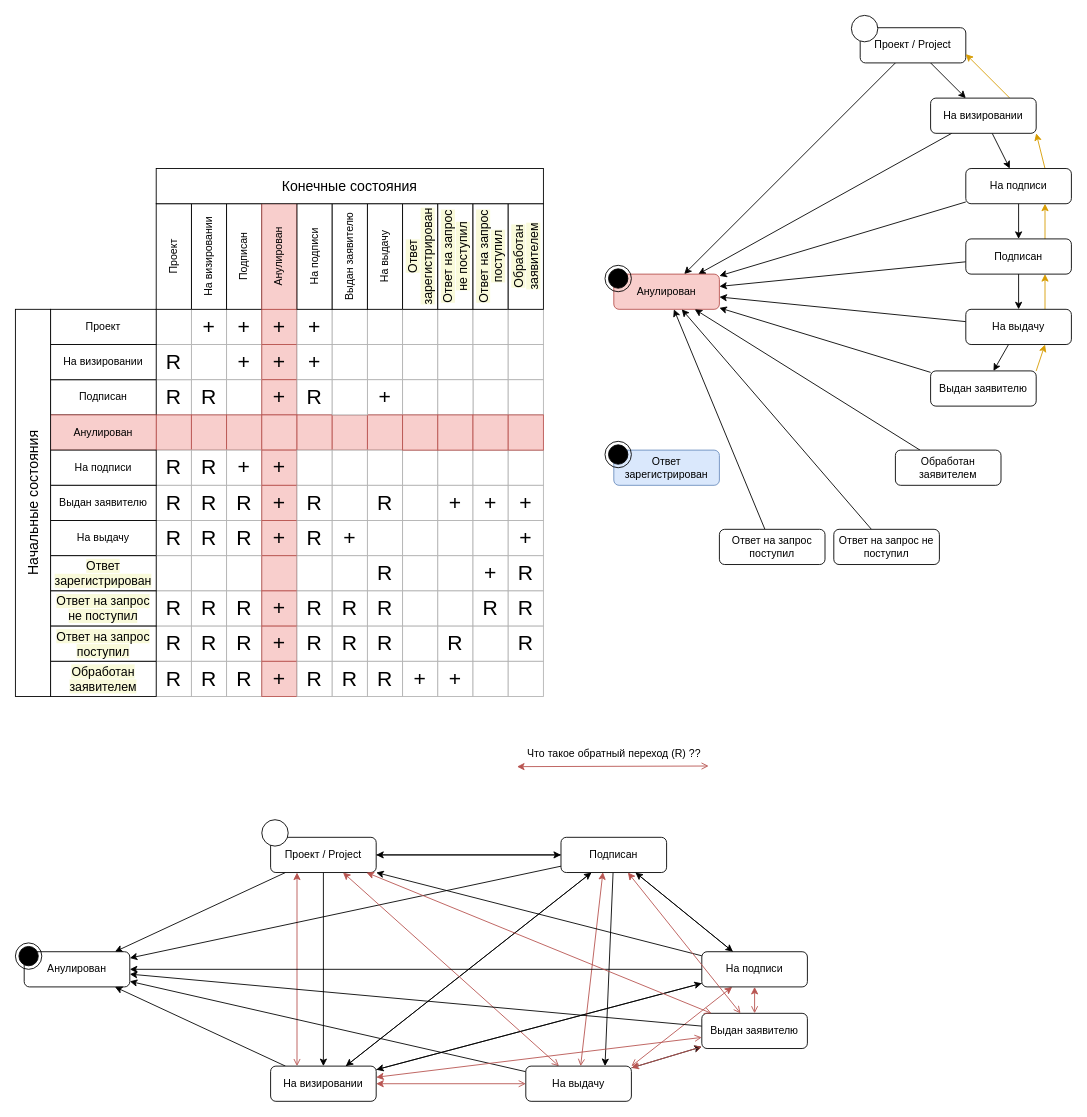
Earlier version of the draw.io diagram Domain/Requests/InternalState.StateMachine.drawio (davyd0ff/so-line-grls). Source tidied: cells renumbered, new cells numbered last; positions are measured from the earlier drawing's top-left corner, leaving out a move shared by most shapes. Both pictures are drawn from the tidied source at 88%, with x=0, y=0 at pixel (15, 15).
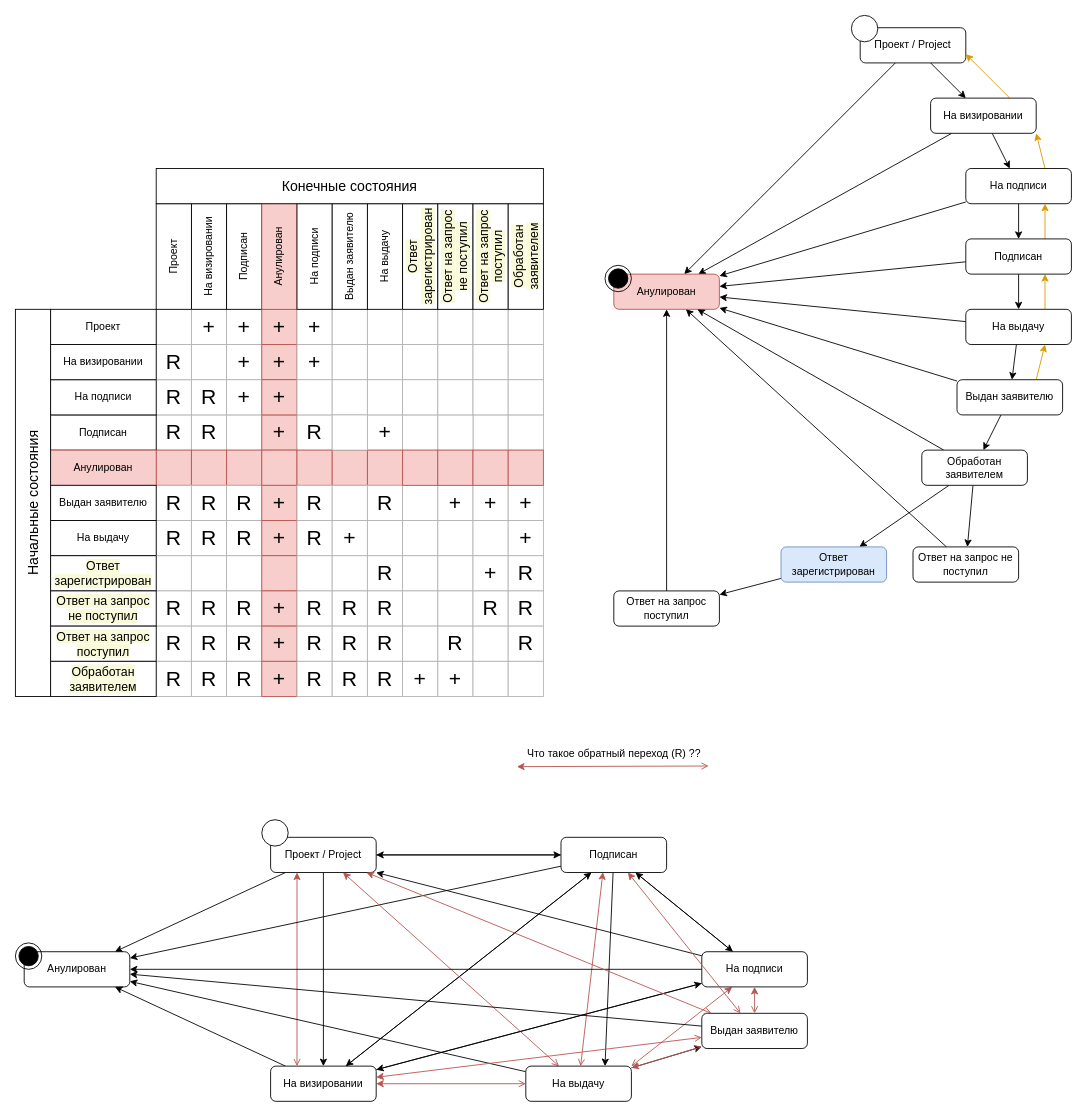
The same diagram, later.

The change refers to these unchanged cells:
```xml
<mxCell id="209" value="На выдачу" style="rounded=1;whiteSpace=wrap;html=1;" parent="1" vertex="1">
  <mxGeometry x="1080" y="334" width="120" height="40" as="geometry" />
</mxCell>
```

What changed in the source:
```diff
@@
     <mxCell id="54" value="R" style="rounded=0;whiteSpace=wrap;html=1;strokeColor=#B3B3B3;fontSize=24;" parent="1" vertex="1">
-      <mxGeometry x="160" y="414" width="40" height="40" as="geometry" />
+      <mxGeometry x="160" y="454" width="40" height="40" as="geometry" />
     </mxCell>
     <mxCell id="55" value="R" style="rounded=0;whiteSpace=wrap;html=1;strokeColor=#B3B3B3;fontSize=24;" parent="1" vertex="1">
-      <mxGeometry x="200" y="414" width="40" height="40" as="geometry" />
+      <mxGeometry x="200" y="454" width="40" height="40" as="geometry" />
     </mxCell>
     <mxCell id="56" style="rounded=0;whiteSpace=wrap;html=1;strokeColor=#B3B3B3;fontSize=24;" parent="1" vertex="1">
-      <mxGeometry x="240" y="414" width="40" height="40" as="geometry" />
+      <mxGeometry x="240" y="454" width="40" height="40" as="geometry" />
     </mxCell>
     <mxCell id="57" value="+" style="rounded=0;whiteSpace=wrap;html=1;strokeColor=#b85450;fontSize=24;fillColor=#f8cecc;" parent="1" vertex="1">
-      <mxGeometry x="280" y="414" width="40" height="40" as="geometry" />
+      <mxGeometry x="280" y="454" width="40" height="40" as="geometry" />
     </mxCell>
     <mxCell id="58" value="R" style="rounded=0;whiteSpace=wrap;html=1;strokeColor=#B3B3B3;fontSize=24;" parent="1" vertex="1">
-      <mxGeometry x="320" y="414" width="40" height="40" as="geometry" />
+      <mxGeometry x="320" y="454" width="40" height="40" as="geometry" />
     </mxCell>
     <mxCell id="59" value="+" style="rounded=0;whiteSpace=wrap;html=1;strokeColor=#B3B3B3;fontSize=24;" parent="1" vertex="1">
-      <mxGeometry x="400" y="414" width="40" height="40" as="geometry" />
+      <mxGeometry x="400" y="454" width="40" height="40" as="geometry" />
     </mxCell>
     <mxCell id="60" style="rounded=0;whiteSpace=wrap;html=1;strokeColor=#b85450;fontSize=24;fillColor=#f8cecc;" parent="1" vertex="1">
-      <mxGeometry x="160" y="454" width="40" height="40" as="geometry" />
+      <mxGeometry x="160" y="494" width="40" height="40" as="geometry" />
     </mxCell>
     <mxCell id="61" style="rounded=0;whiteSpace=wrap;html=1;strokeColor=#b85450;fontSize=24;fillColor=#f8cecc;" parent="1" vertex="1">
-      <mxGeometry x="200" y="454" width="40" height="40" as="geometry" />
+      <mxGeometry x="200" y="494" width="40" height="40" as="geometry" />
     </mxCell>
     <mxCell id="62" style="rounded=0;whiteSpace=wrap;html=1;strokeColor=#b85450;fontSize=24;fillColor=#f8cecc;" parent="1" vertex="1">
-      <mxGeometry x="240" y="454" width="40" height="40" as="geometry" />
+      <mxGeometry x="240" y="494" width="40" height="40" as="geometry" />
     </mxCell>
     <mxCell id="63" style="rounded=0;whiteSpace=wrap;html=1;strokeColor=#b85450;fontSize=24;fillColor=#f8cecc;" parent="1" vertex="1">
-      <mxGeometry x="280" y="454" width="40" height="40" as="geometry" />
+      <mxGeometry x="280" y="494" width="40" height="40" as="geometry" />
     </mxCell>
     <mxCell id="64" style="rounded=0;whiteSpace=wrap;html=1;strokeColor=#b85450;fontSize=24;fillColor=#f8cecc;" parent="1" vertex="1">
-      <mxGeometry x="320" y="454" width="40" height="40" as="geometry" />
+      <mxGeometry x="320" y="494" width="40" height="40" as="geometry" />
     </mxCell>
     <mxCell id="65" style="rounded=0;whiteSpace=wrap;html=1;strokeColor=#b85450;fontSize=24;fillColor=#f8cecc;" parent="1" vertex="1">
-      <mxGeometry x="360" y="454" width="40" height="40" as="geometry" />
+      <mxGeometry x="360" y="494" width="40" height="40" as="geometry" />
     </mxCell>
     <mxCell id="66" style="rounded=0;whiteSpace=wrap;html=1;strokeColor=#b85450;fontSize=24;fillColor=#f8cecc;" parent="1" vertex="1">
-      <mxGeometry x="400" y="454" width="40" height="40" as="geometry" />
+      <mxGeometry x="400" y="494" width="40" height="40" as="geometry" />
     </mxCell>
     <mxCell id="67" value="R" style="rounded=0;whiteSpace=wrap;html=1;strokeColor=#B3B3B3;fontSize=24;" parent="1" vertex="1">
-      <mxGeometry x="160" y="494" width="40" height="40" as="geometry" />
+      <mxGeometry x="160" y="414" width="40" height="40" as="geometry" />
     </mxCell>
     <mxCell id="68" value="R" style="rounded=0;whiteSpace=wrap;html=1;strokeColor=#B3B3B3;fontSize=24;" parent="1" vertex="1">
-      <mxGeometry x="200" y="494" width="40" height="40" as="geometry" />
+      <mxGeometry x="200" y="414" width="40" height="40" as="geometry" />
     </mxCell>
     <mxCell id="69" value="+" style="rounded=0;whiteSpace=wrap;html=1;strokeColor=#B3B3B3;fontSize=24;" parent="1" vertex="1">
-      <mxGeometry x="240" y="494" width="40" height="40" as="geometry" />
+      <mxGeometry x="240" y="414" width="40" height="40" as="geometry" />
     </mxCell>
     <mxCell id="70" value="+" style="rounded=0;whiteSpace=wrap;html=1;strokeColor=#b85450;fontSize=24;fillColor=#f8cecc;" parent="1" vertex="1">
-      <mxGeometry x="280" y="494" width="40" height="40" as="geometry" />
+      <mxGeometry x="280" y="414" width="40" height="40" as="geometry" />
     </mxCell>
     <mxCell id="71" style="rounded=0;whiteSpace=wrap;html=1;strokeColor=#B3B3B3;fontSize=24;" parent="1" vertex="1">
-      <mxGeometry x="320" y="494" width="40" height="40" as="geometry" />
+      <mxGeometry x="320" y="414" width="40" height="40" as="geometry" />
     </mxCell>
     <mxCell id="72" style="rounded=0;whiteSpace=wrap;html=1;strokeColor=#B3B3B3;fontSize=24;" parent="1" vertex="1">
-      <mxGeometry x="360" y="494" width="40" height="40" as="geometry" />
+      <mxGeometry x="360" y="414" width="40" height="40" as="geometry" />
     </mxCell>
     <mxCell id="73" style="rounded=0;whiteSpace=wrap;html=1;strokeColor=#B3B3B3;fontSize=24;" parent="1" vertex="1">
-      <mxGeometry x="400" y="494" width="40" height="40" as="geometry" />
+      <mxGeometry x="400" y="414" width="40" height="40" as="geometry" />
     </mxCell>
@@
     <mxCell id="88" value="Подписан" style="rounded=0;whiteSpace=wrap;html=1;" parent="1" vertex="1">
-      <mxGeometry x="40" y="414" width="120" height="40" as="geometry" />
+      <mxGeometry x="40" y="454" width="120" height="40" as="geometry" />
     </mxCell>
     <mxCell id="89" value="Анулирован" style="rounded=0;whiteSpace=wrap;html=1;fillColor=#f8cecc;strokeColor=#b85450;" parent="1" vertex="1">
-      <mxGeometry x="40" y="454" width="120" height="40" as="geometry" />
+      <mxGeometry x="40" y="494" width="120" height="40" as="geometry" />
     </mxCell>
     <mxCell id="90" value="На подписи" style="rounded=0;whiteSpace=wrap;html=1;" parent="1" vertex="1">
-      <mxGeometry x="40" y="494" width="120" height="40" as="geometry" />
+      <mxGeometry x="40" y="414" width="120" height="40" as="geometry" />
     </mxCell>
@@
     <mxCell id="111" style="rounded=0;whiteSpace=wrap;html=1;strokeColor=#B3B3B3;fontSize=24;" parent="1" vertex="1">
-      <mxGeometry x="440" y="414" width="40" height="40" as="geometry" />
+      <mxGeometry x="440" y="454" width="40" height="40" as="geometry" />
     </mxCell>
     <mxCell id="112" style="rounded=0;whiteSpace=wrap;html=1;strokeColor=#B3B3B3;fontSize=24;" parent="1" vertex="1">
-      <mxGeometry x="520" y="414" width="40" height="40" as="geometry" />
+      <mxGeometry x="520" y="454" width="40" height="40" as="geometry" />
     </mxCell>
     <mxCell id="113" style="rounded=0;whiteSpace=wrap;html=1;strokeColor=#B3B3B3;fontSize=24;" parent="1" vertex="1">
-      <mxGeometry x="480" y="414" width="40" height="40" as="geometry" />
+      <mxGeometry x="480" y="454" width="40" height="40" as="geometry" />
     </mxCell>
     <mxCell id="114" style="rounded=0;whiteSpace=wrap;html=1;strokeColor=#B3B3B3;fontSize=24;" parent="1" vertex="1">
-      <mxGeometry x="360" y="414" width="40" height="40" as="geometry" />
+      <mxGeometry x="360" y="454" width="40" height="40" as="geometry" />
     </mxCell>
     <mxCell id="115" style="rounded=0;whiteSpace=wrap;html=1;strokeColor=#B3B3B3;fontSize=24;" parent="1" vertex="1">
-      <mxGeometry x="440" y="494" width="40" height="40" as="geometry" />
+      <mxGeometry x="440" y="414" width="40" height="40" as="geometry" />
     </mxCell>
     <mxCell id="116" style="rounded=0;whiteSpace=wrap;html=1;strokeColor=#B3B3B3;fontSize=24;" parent="1" vertex="1">
-      <mxGeometry x="480" y="494" width="40" height="40" as="geometry" />
+      <mxGeometry x="480" y="414" width="40" height="40" as="geometry" />
     </mxCell>
     <mxCell id="117" style="rounded=0;whiteSpace=wrap;html=1;strokeColor=#B3B3B3;fontSize=24;" parent="1" vertex="1">
-      <mxGeometry x="520" y="494" width="40" height="40" as="geometry" />
+      <mxGeometry x="520" y="414" width="40" height="40" as="geometry" />
     </mxCell>
@@
     <mxCell id="154" style="rounded=0;whiteSpace=wrap;html=1;strokeColor=#b85450;fontSize=24;fillColor=#f8cecc;" parent="1" vertex="1">
-      <mxGeometry x="440" y="454" width="40" height="40" as="geometry" />
+      <mxGeometry x="440" y="494" width="40" height="40" as="geometry" />
     </mxCell>
     <mxCell id="155" style="rounded=0;whiteSpace=wrap;html=1;strokeColor=#b85450;fontSize=24;fillColor=#f8cecc;" parent="1" vertex="1">
-      <mxGeometry x="480" y="454" width="40" height="40" as="geometry" />
+      <mxGeometry x="480" y="494" width="40" height="40" as="geometry" />
     </mxCell>
     <mxCell id="156" style="rounded=0;whiteSpace=wrap;html=1;strokeColor=#b85450;fontSize=24;fillColor=#f8cecc;" parent="1" vertex="1">
-      <mxGeometry x="520" y="454" width="40" height="40" as="geometry" />
+      <mxGeometry x="520" y="494" width="40" height="40" as="geometry" />
     </mxCell>
@@
     <mxCell id="176" style="rounded=0;whiteSpace=wrap;html=1;strokeColor=#B3B3B3;fontSize=24;" parent="1" vertex="1">
-      <mxGeometry x="560" y="414" width="40" height="40" as="geometry" />
+      <mxGeometry x="560" y="454" width="40" height="40" as="geometry" />
     </mxCell>
     <mxCell id="177" style="rounded=0;whiteSpace=wrap;html=1;strokeColor=#B3B3B3;fontSize=24;" parent="1" vertex="1">
-      <mxGeometry x="560" y="494" width="40" height="40" as="geometry" />
+      <mxGeometry x="560" y="414" width="40" height="40" as="geometry" />
     </mxCell>
@@
     <mxCell id="183" style="rounded=0;whiteSpace=wrap;html=1;strokeColor=#b85450;fontSize=24;fillColor=#f8cecc;" parent="1" vertex="1">
-      <mxGeometry x="560" y="454" width="40" height="40" as="geometry" />
+      <mxGeometry x="560" y="494" width="40" height="40" as="geometry" />
     </mxCell>
@@
-    <mxCell id="211" style="edgeStyle=none;rounded=0;jettySize=auto;html=1;exitX=1;exitY=0;exitDx=0;exitDy=0;entryX=0.75;entryY=1;entryDx=0;entryDy=0;fontSize=16;fillColor=#ffe6cc;strokeColor=#d79b00;" parent="1" edge="1" source="212" target="209">
+    <mxCell id="211" style="edgeStyle=none;rounded=0;jettySize=auto;html=1;exitX=0.75;exitY=0;exitDx=0;exitDy=0;entryX=0.75;entryY=1;entryDx=0;entryDy=0;fontSize=16;fillColor=#ffe6cc;strokeColor=#d79b00;" parent="1" edge="1" source="212" target="209">
       <mxGeometry relative="1" as="geometry" />
     </mxCell>
+    <mxCell id="221" style="edgeStyle=none;rounded=0;jettySize=auto;html=1;fontSize=16;" parent="1" edge="1" source="212" target="214">
+      <mxGeometry relative="1" as="geometry" />
+    </mxCell>
     <mxCell id="212" value="Выдан заявителю" style="rounded=1;whiteSpace=wrap;html=1;" parent="1" vertex="1">
-      <mxGeometry x="1040" y="404" width="120" height="40" as="geometry" />
+      <mxGeometry x="1070" y="414" width="120" height="40" as="geometry" />
     </mxCell>
@@
+    <mxCell id="222" style="edgeStyle=none;rounded=0;jettySize=auto;html=1;fontSize=16;" parent="1" edge="1" source="214" target="218">
+      <mxGeometry relative="1" as="geometry" />
+    </mxCell>
+    <mxCell id="223" style="edgeStyle=none;rounded=0;jettySize=auto;html=1;fontSize=16;" parent="1" edge="1" source="214" target="219">
+      <mxGeometry relative="1" as="geometry" />
+    </mxCell>
     <mxCell id="214" value="Обработан заявителем" style="rounded=1;whiteSpace=wrap;html=1;" parent="1" vertex="1">
-      <mxGeometry x="1000" y="494" width="120" height="40" as="geometry" />
+      <mxGeometry x="1030" y="494" width="120" height="40" as="geometry" />
     </mxCell>
@@
     <mxCell id="216" value="Ответ на запрос поступил" style="rounded=1;whiteSpace=wrap;html=1;" parent="1" vertex="1">
-      <mxGeometry x="800" y="584" width="120" height="40" as="geometry" />
+      <mxGeometry x="680" y="654" width="120" height="40" as="geometry" />
     </mxCell>
@@
     <mxCell id="218" value="Ответ на запрос не поступил" style="rounded=1;whiteSpace=wrap;html=1;" parent="1" vertex="1">
-      <mxGeometry x="930" y="584" width="120" height="40" as="geometry" />
+      <mxGeometry x="1020" y="604" width="120" height="40" as="geometry" />
     </mxCell>
+    <mxCell id="224" style="edgeStyle=none;rounded=0;jettySize=auto;html=1;fontSize=16;" parent="1" edge="1" source="219" target="216">
+      <mxGeometry relative="1" as="geometry" />
+    </mxCell>
     <mxCell id="219" value="Ответ зарегистрирован" style="rounded=1;whiteSpace=wrap;html=1;fillColor=#dae8fc;strokeColor=#6c8ebf;" parent="1" vertex="1">
-      <mxGeometry x="680" y="494" width="120" height="40" as="geometry" />
+      <mxGeometry x="870" y="604" width="120" height="40" as="geometry" />
     </mxCell>
-    <mxCell id="220" style="ellipse;html=1;shape=endState;fillColor=strokeColor;" parent="1" vertex="1">
-      <mxGeometry x="670" y="484" width="30" height="30" as="geometry" />
-    </mxCell>
```
